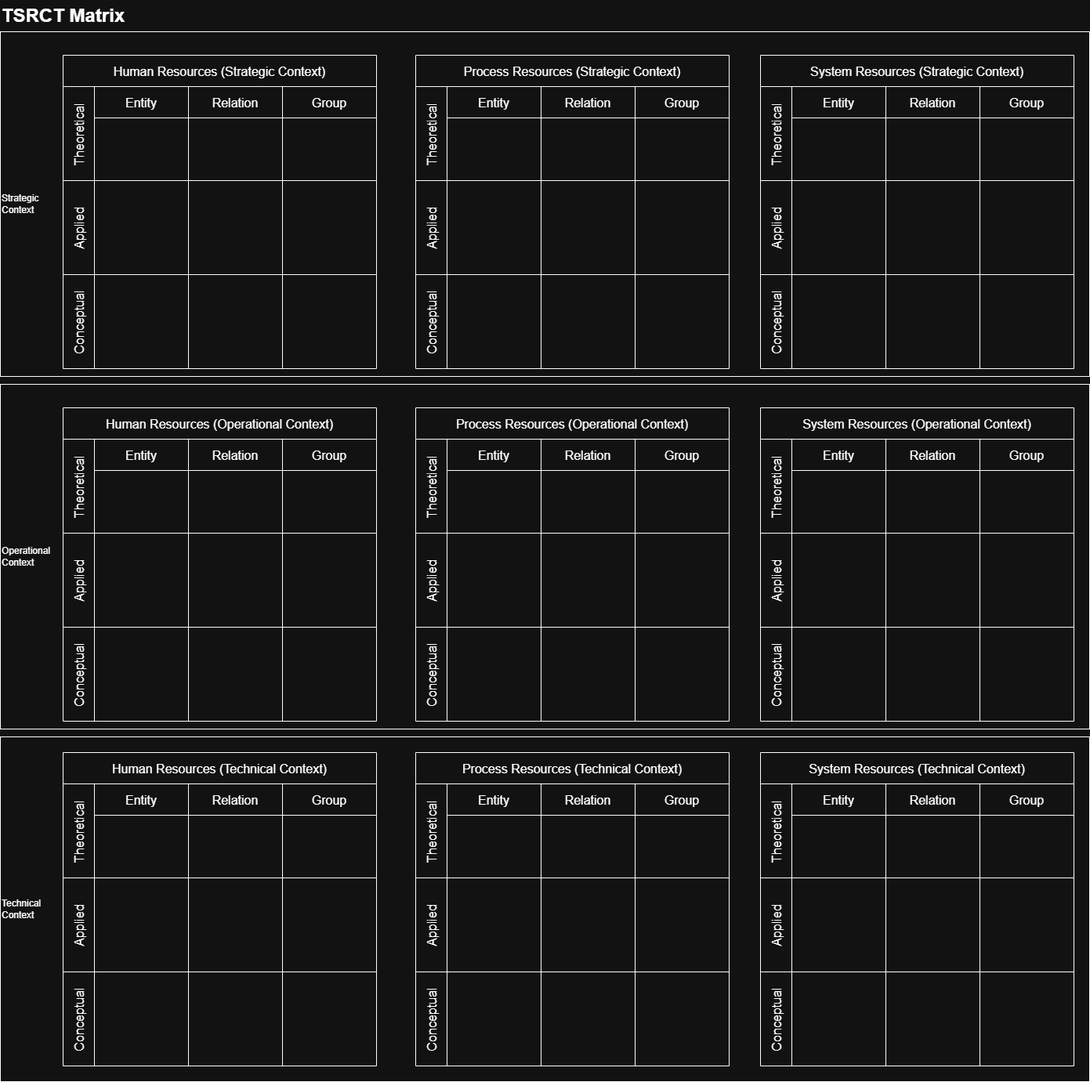
Above: TSRCT_matrix.png in alexwalterhiggins/TSRCT (draw.io), before the change. Source tidied: cells renumbered, new cells last; positions are measured from the earlier drawing's top-left corner, leaving out a move shared by most shapes.
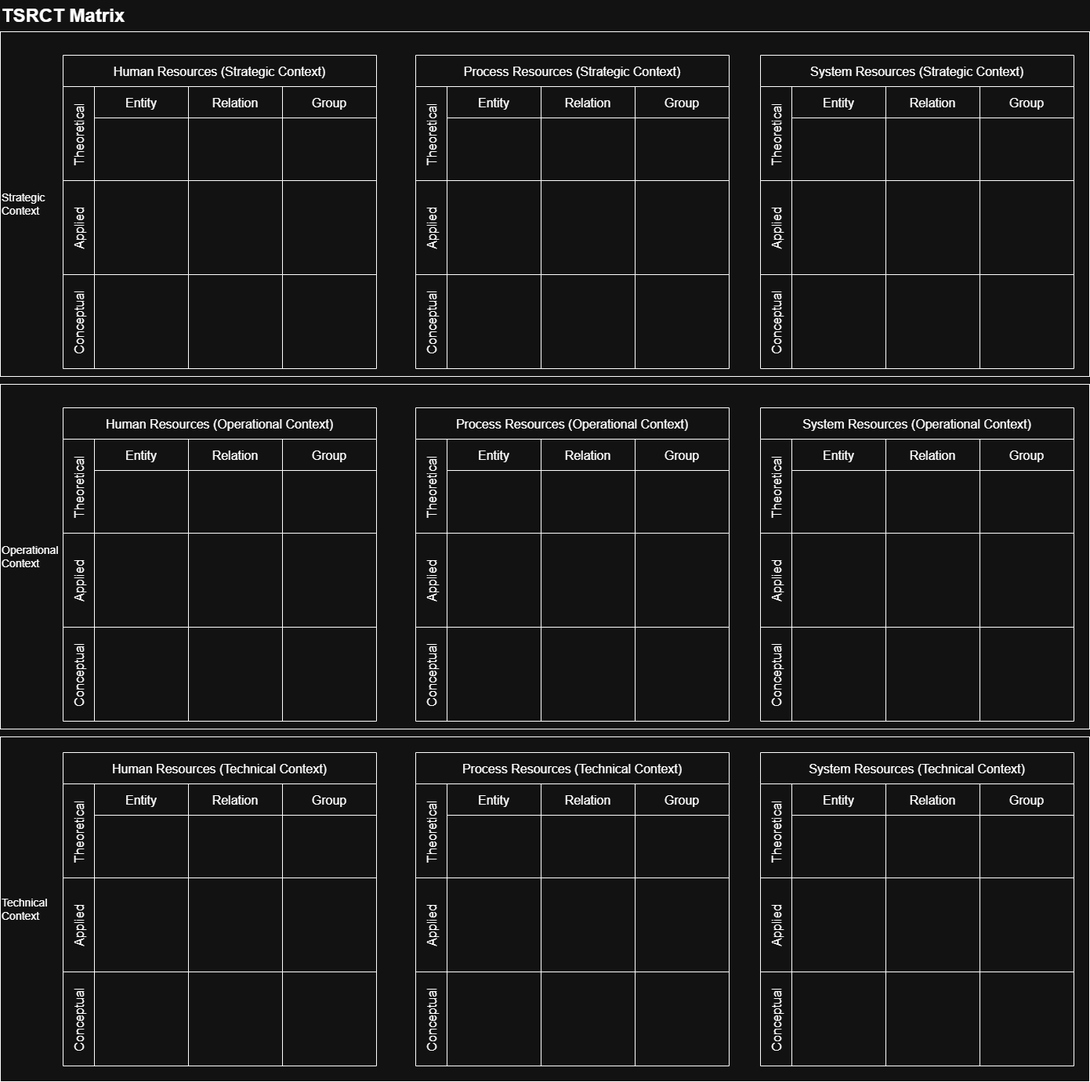
The same diagram one commit later.

Diff of the diagram source:
```diff
@@ -2,13 +2,13 @@
   <root>
     <mxCell id="0" />
     <mxCell id="1" parent="0" />
-    <mxCell id="2" value="Technical&amp;nbsp;&lt;div&gt;Context&lt;/div&gt;" style="rounded=0;whiteSpace=wrap;html=1;align=left;" parent="1" vertex="1">
+    <mxCell id="2" value="&lt;font style=&quot;font-size: 14px;&quot;&gt;Technical&amp;nbsp;&lt;/font&gt;&lt;div&gt;&lt;font style=&quot;font-size: 14px;&quot;&gt;Context&lt;/font&gt;&lt;/div&gt;" style="rounded=0;whiteSpace=wrap;html=1;align=left;" parent="1" vertex="1">
       <mxGeometry y="940" width="1390" height="440" as="geometry" />
     </mxCell>
-    <mxCell id="3" value="Operational&lt;div&gt;Context&lt;/div&gt;" style="rounded=0;whiteSpace=wrap;html=1;align=left;" parent="1" vertex="1">
+    <mxCell id="3" value="&lt;font style=&quot;font-size: 14px;&quot;&gt;Operational&lt;/font&gt;&lt;div&gt;&lt;font style=&quot;font-size: 14px;&quot;&gt;Context&lt;/font&gt;&lt;/div&gt;" style="rounded=0;whiteSpace=wrap;html=1;align=left;" parent="1" vertex="1">
       <mxGeometry y="490" width="1390" height="440" as="geometry" />
     </mxCell>
-    <mxCell id="4" value="Strategic&lt;div&gt;Context&lt;/div&gt;" style="rounded=0;whiteSpace=wrap;html=1;align=left;" parent="1" vertex="1">
+    <mxCell id="4" value="&lt;font style=&quot;font-size: 14px;&quot;&gt;Strategic&lt;/font&gt;&lt;div&gt;&lt;font style=&quot;font-size: 14px;&quot;&gt;Context&lt;/font&gt;&lt;/div&gt;" style="rounded=0;whiteSpace=wrap;html=1;align=left;" parent="1" vertex="1">
       <mxGeometry y="40" width="1390" height="440" as="geometry" />
     </mxCell>
     <mxCell id="5" value="Human Resources (Strategic Context)" style="shape=table;startSize=40;fontSize=16;" parent="1" vertex="1">
```
